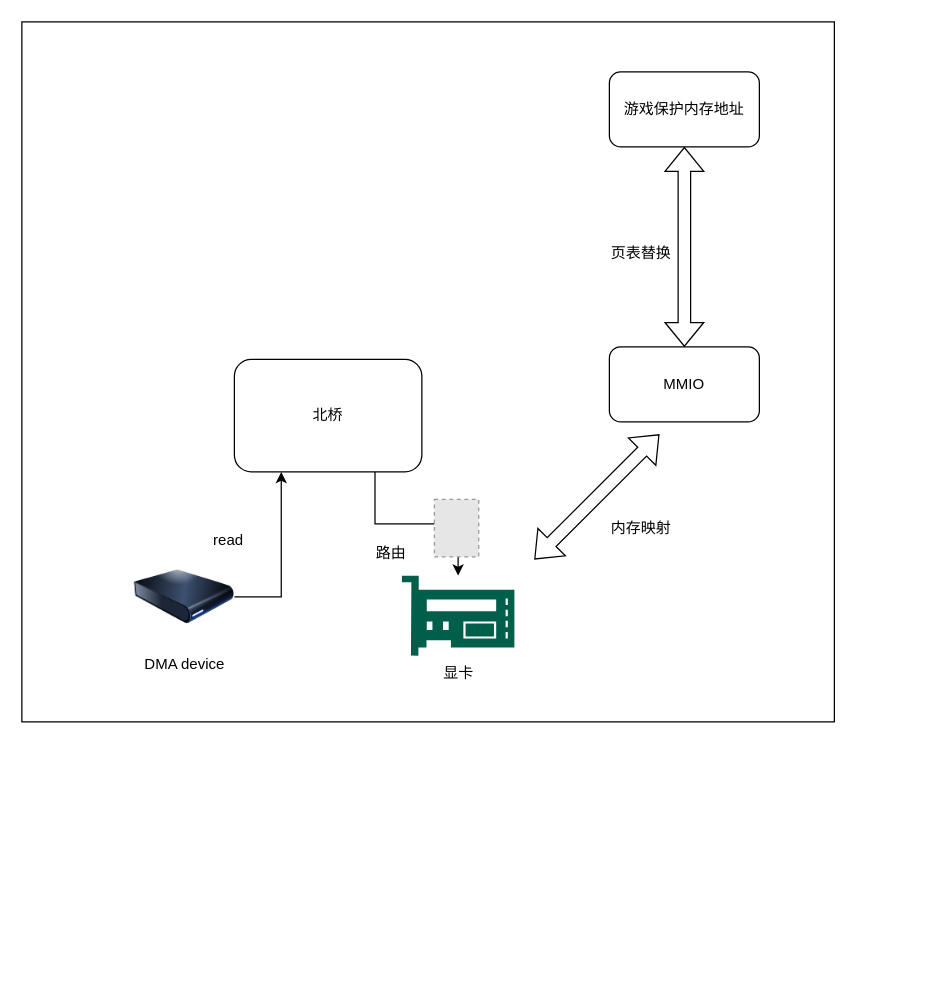
Moose1273/- keeps this draw.io diagram as testDirectory/DMA保护原理.drawio. Above is the earlier version. Source tidied: cells renumbered, new cells numbered last; positions are measured from the earlier drawing's top-left corner, leaving out a move shared by most shapes. Both pictures are drawn from the tidied source at 125%, with x=0, y=0 at pixel (21, 21). Pictures stored in the file or linked from it are replaced by grey dashed boxes.
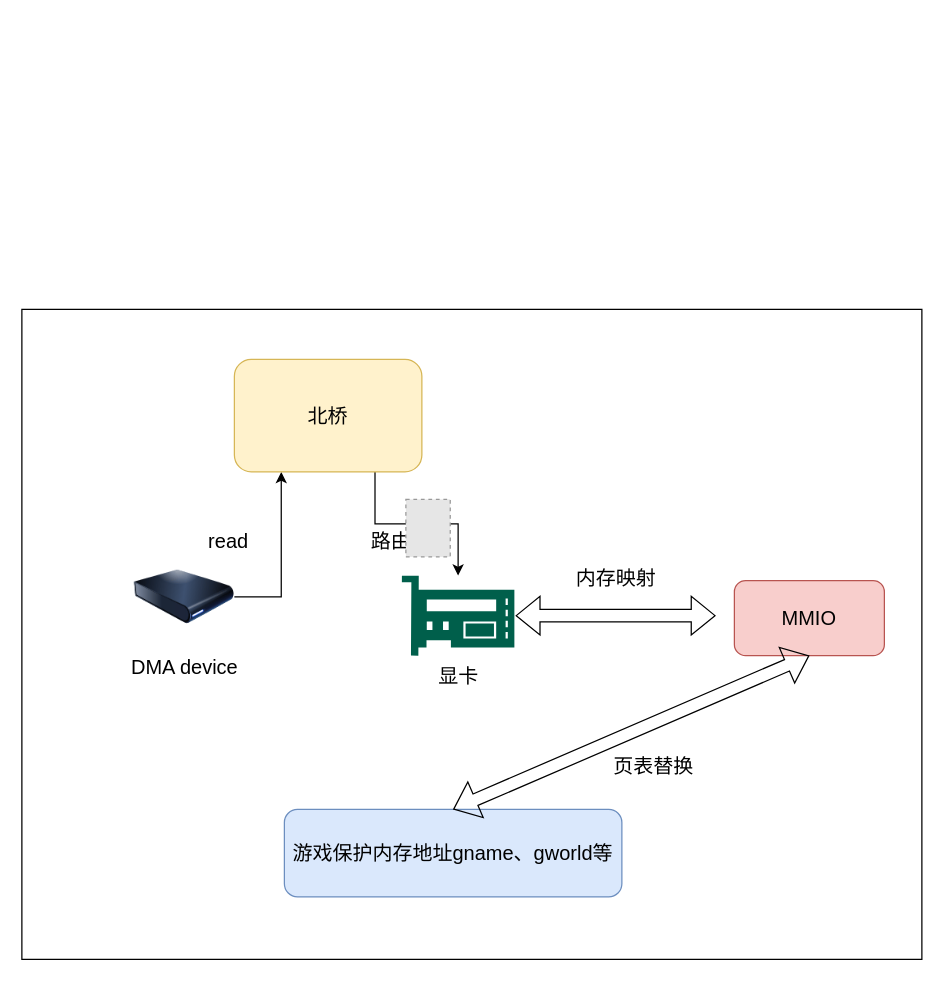
Above is the later version.

Commit message (it also covers changes not shown here):
更新DMA保护原理.drawio

What changed in the source:
```diff
@@
 <mxGraphModel>
   <root>
     <mxCell id="0" />
     <mxCell id="1" parent="0" />
-    <mxCell id="2" style="rounded=0;whiteSpace=wrap;html=1;" parent="1" vertex="1">
-      <mxGeometry width="650" height="560" as="geometry" />
+    <mxCell id="2" style="rounded=0;whiteSpace=wrap;html=1;fontSize=16;" parent="1" vertex="1">
+      <mxGeometry y="230" width="720" height="520" as="geometry" />
     </mxCell>
-    <mxCell id="3" style="edgeStyle=orthogonalEdgeStyle;rounded=0;jettySize=auto;html=1;exitX=1;exitY=0.5;exitDx=0;exitDy=0;entryX=0.25;entryY=1;entryDx=0;entryDy=0;" parent="1" edge="1" source="4" target="6">
+    <mxCell id="3" style="edgeStyle=orthogonalEdgeStyle;rounded=0;jettySize=auto;html=1;exitX=1;exitY=0.5;exitDx=0;exitDy=0;entryX=0.25;entryY=1;entryDx=0;entryDy=0;fontSize=16;" parent="1" edge="1" source="4" target="6">
       <mxGeometry relative="1" as="geometry" />
     </mxCell>
-    <mxCell id="4" value="DMA device" style="image;html=1;image=img/lib/clip_art/computers/Harddrive_128x128.png;" parent="1" vertex="1">
+    <mxCell id="4" value="DMA device" style="image;html=1;image=img/lib/clip_art/computers/Harddrive_128x128.png;fontSize=16;" parent="1" vertex="1">
       <mxGeometry x="90" y="420" width="80" height="80" as="geometry" />
     </mxCell>
-    <mxCell id="5" style="edgeStyle=orthogonalEdgeStyle;rounded=0;jettySize=auto;html=1;exitX=0.75;exitY=1;exitDx=0;exitDy=0;" parent="1" edge="1" source="6" target="7">
+    <mxCell id="5" style="edgeStyle=orthogonalEdgeStyle;rounded=0;jettySize=auto;html=1;exitX=0.75;exitY=1;exitDx=0;exitDy=0;fontSize=16;" parent="1" edge="1" source="6" target="7">
       <mxGeometry relative="1" as="geometry" />
     </mxCell>
-    <mxCell id="6" value="北桥" style="rounded=1;whiteSpace=wrap;html=1;" parent="1" vertex="1">
+    <mxCell id="6" value="北桥" style="rounded=1;whiteSpace=wrap;html=1;fillColor=#fff2cc;strokeColor=#d6b656;fontSize=16;" parent="1" vertex="1">
       <mxGeometry x="170" y="270" width="150" height="90" as="geometry" />
     </mxCell>
-    <mxCell id="7" value="显卡" style="sketch=0;shadow=0;dashed=0;html=1;strokeColor=none;fillColor=#005F4B;labelPosition=center;verticalLabelPosition=bottom;verticalAlign=top;align=center;outlineConnect=0;shape=mxgraph.veeam2.hardware_controller;" parent="1" vertex="1">
+    <mxCell id="7" value="显卡" style="sketch=0;shadow=0;dashed=0;html=1;strokeColor=none;fillColor=#005F4B;labelPosition=center;verticalLabelPosition=bottom;verticalAlign=top;align=center;outlineConnect=0;shape=mxgraph.veeam2.hardware_controller;fontSize=16;" parent="1" vertex="1">
       <mxGeometry x="304" y="443" width="90" height="64" as="geometry" />
     </mxCell>
-    <mxCell id="8" style="shape=flexArrow;endArrow=classic;startArrow=classic;html=1;rounded=0;" parent="1" edge="1">
+    <mxCell id="8" style="shape=flexArrow;endArrow=classic;startArrow=classic;html=1;rounded=0;fontSize=16;" parent="1" edge="1">
       <mxGeometry relative="1" as="geometry">
-        <mxPoint x="410" y="430" as="sourcePoint" />
-        <mxPoint x="510" y="330" as="targetPoint" />
+        <mxPoint x="395" y="475" as="sourcePoint" />
+        <mxPoint x="555" y="475" as="targetPoint" />
       </mxGeometry>
     </mxCell>
-    <mxCell id="9" value="MMIO" style="rounded=1;whiteSpace=wrap;html=1;" parent="1" vertex="1">
-      <mxGeometry x="470" y="260" width="120" height="60" as="geometry" />
+    <mxCell id="9" value="MMIO" style="rounded=1;whiteSpace=wrap;html=1;fillColor=#f8cecc;strokeColor=#b85450;fontSize=16;" parent="1" vertex="1">
+      <mxGeometry x="570" y="447" width="120" height="60" as="geometry" />
     </mxCell>
-    <mxCell id="10" value="read" style="text;html=1;align=center;verticalAlign=middle;strokeColor=none;fillColor=none;" parent="1" vertex="1">
-      <mxGeometry x="140" y="400" width="50" height="30" as="geometry" />
+    <mxCell id="10" value="read" style="text;html=1;align=center;verticalAlign=middle;strokeColor=none;fillColor=none;fontSize=16;" parent="1" vertex="1">
+      <mxGeometry x="135" y="400" width="60" height="30" as="geometry" />
     </mxCell>
-    <mxCell id="11" value="路由" style="text;html=1;align=center;verticalAlign=middle;strokeColor=none;fillColor=none;" parent="1" vertex="1">
-      <mxGeometry x="270" y="410" width="50" height="30" as="geometry" />
+    <mxCell id="11" value="路由" style="text;html=1;align=center;verticalAlign=middle;strokeColor=none;fillColor=none;fontSize=16;" parent="1" vertex="1">
+      <mxGeometry x="265" y="400" width="60" height="30" as="geometry" />
     </mxCell>
-    <mxCell id="12" value="内存映射" style="text;html=1;align=center;verticalAlign=middle;strokeColor=none;fillColor=none;" parent="1" vertex="1">
-      <mxGeometry x="460" y="390" width="70" height="30" as="geometry" />
+    <mxCell id="12" value="内存映射" style="text;html=1;align=center;verticalAlign=middle;strokeColor=none;fillColor=none;fontSize=16;" parent="1" vertex="1">
+      <mxGeometry x="430" y="430" width="90" height="30" as="geometry" />
     </mxCell>
-    <mxCell id="13" value="游戏保护内存地址" style="rounded=1;whiteSpace=wrap;html=1;" parent="1" vertex="1">
-      <mxGeometry x="470" y="40" width="120" height="60" as="geometry" />
+    <mxCell id="13" value="游戏保护内存地址gname、gworld等" style="rounded=1;whiteSpace=wrap;html=1;fillColor=#dae8fc;strokeColor=#6c8ebf;fontSize=16;" parent="1" vertex="1">
+      <mxGeometry x="210" y="630" width="270" height="70" as="geometry" />
     </mxCell>
-    <mxCell id="14" style="shape=flexArrow;endArrow=classic;startArrow=classic;html=1;rounded=0;exitX=0.5;exitY=1;exitDx=0;exitDy=0;entryX=0.5;entryY=0;entryDx=0;entryDy=0;" parent="1" edge="1" source="13" target="9">
+    <mxCell id="14" style="shape=flexArrow;endArrow=classic;startArrow=classic;html=1;rounded=0;exitX=0.5;exitY=0;exitDx=0;exitDy=0;entryX=0.5;entryY=1;entryDx=0;entryDy=0;fontSize=16;" parent="1" edge="1" source="13" target="9">
       <mxGeometry relative="1" as="geometry" />
     </mxCell>
-    <mxCell id="15" value="页表替换" style="text;html=1;align=center;verticalAlign=middle;strokeColor=none;fillColor=none;" parent="1" vertex="1">
-      <mxGeometry x="460" y="170" width="70" height="30" as="geometry" />
+    <mxCell id="15" value="页表替换" style="text;html=1;align=center;verticalAlign=middle;strokeColor=none;fillColor=none;fontSize=16;" parent="1" vertex="1">
+      <mxGeometry x="460" y="580" width="90" height="30" as="geometry" />
     </mxCell>
-    <mxCell id="16" style="fillColor=#E6E6E6;strokeColor=#999999;dashed=1;html=1;verticalAlign=top;verticalLabelPosition=bottom;labelBackgroundColor=#ffffff;" parent="1" vertex="1">
-      <mxGeometry x="330" y="382" width="35.5" height="46" as="geometry" />
+    <mxCell id="16" style="fillColor=#E6E6E6;strokeColor=#999999;dashed=1;html=1;verticalAlign=top;verticalLabelPosition=bottom;labelBackgroundColor=#ffffff;fontSize=16;" parent="1" vertex="1">
+      <mxGeometry x="307.2" y="382" width="35.5" height="46" as="geometry" />
     </mxCell>
   </root>
 </mxGraphModel>
```
